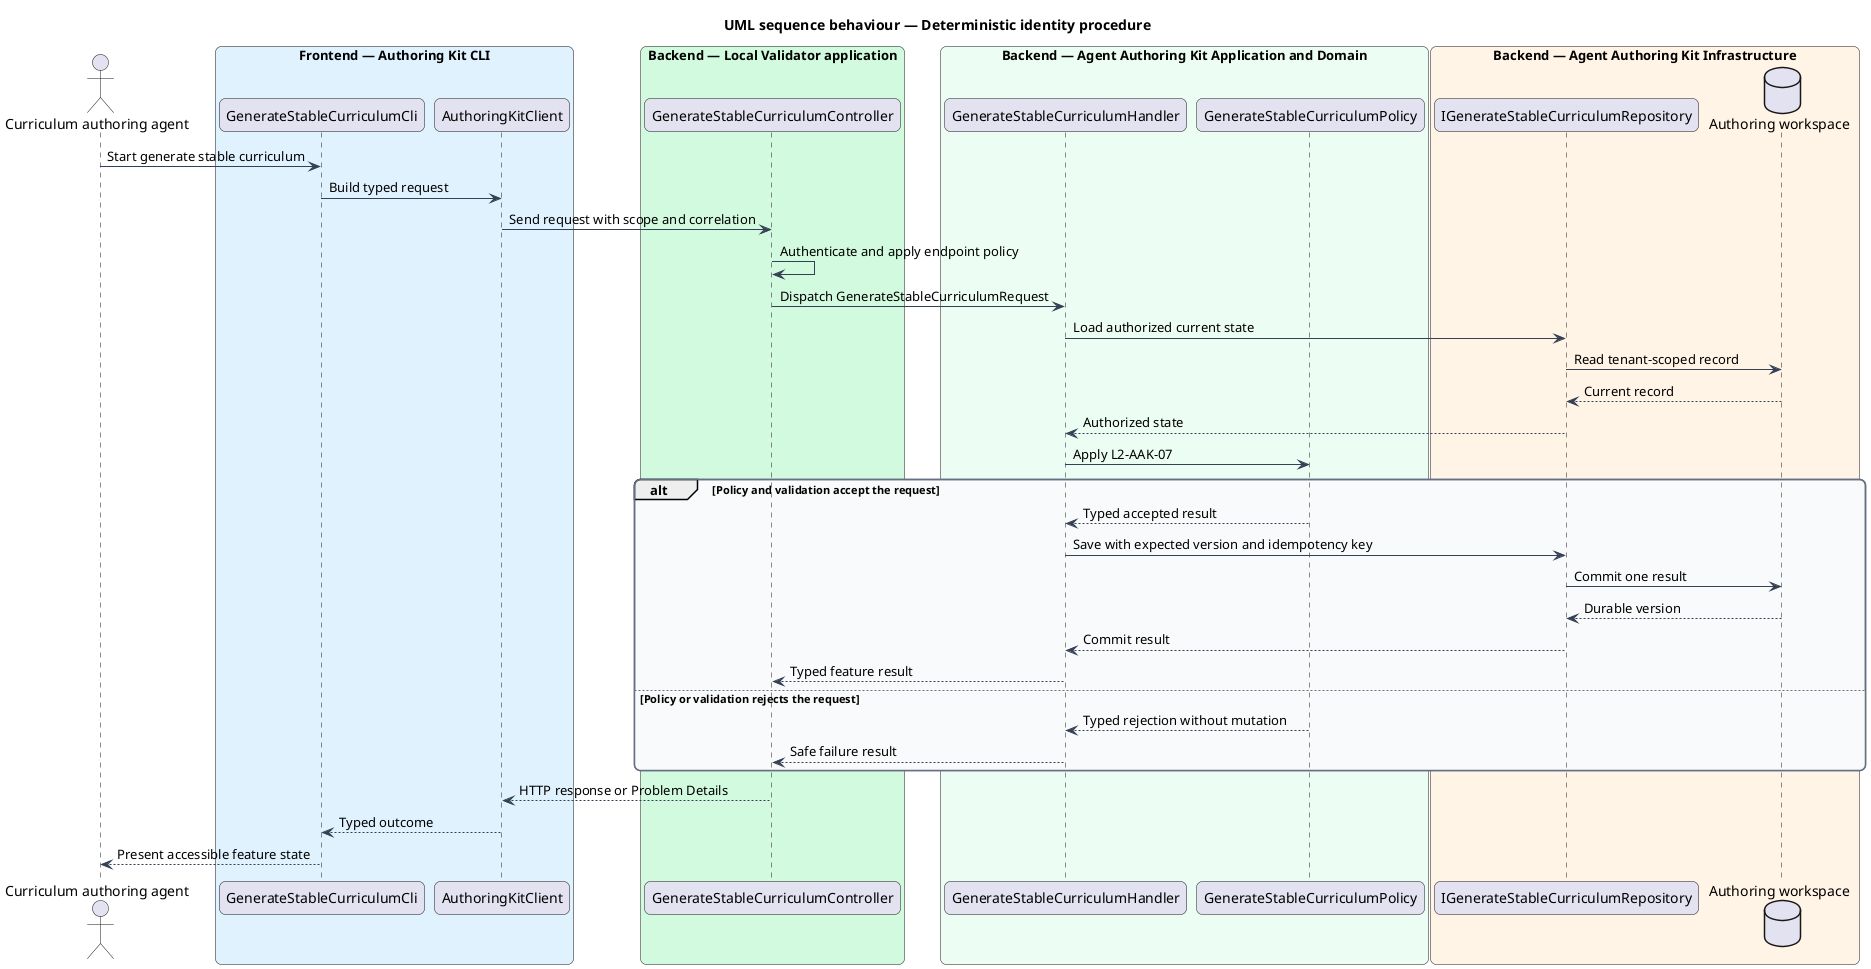
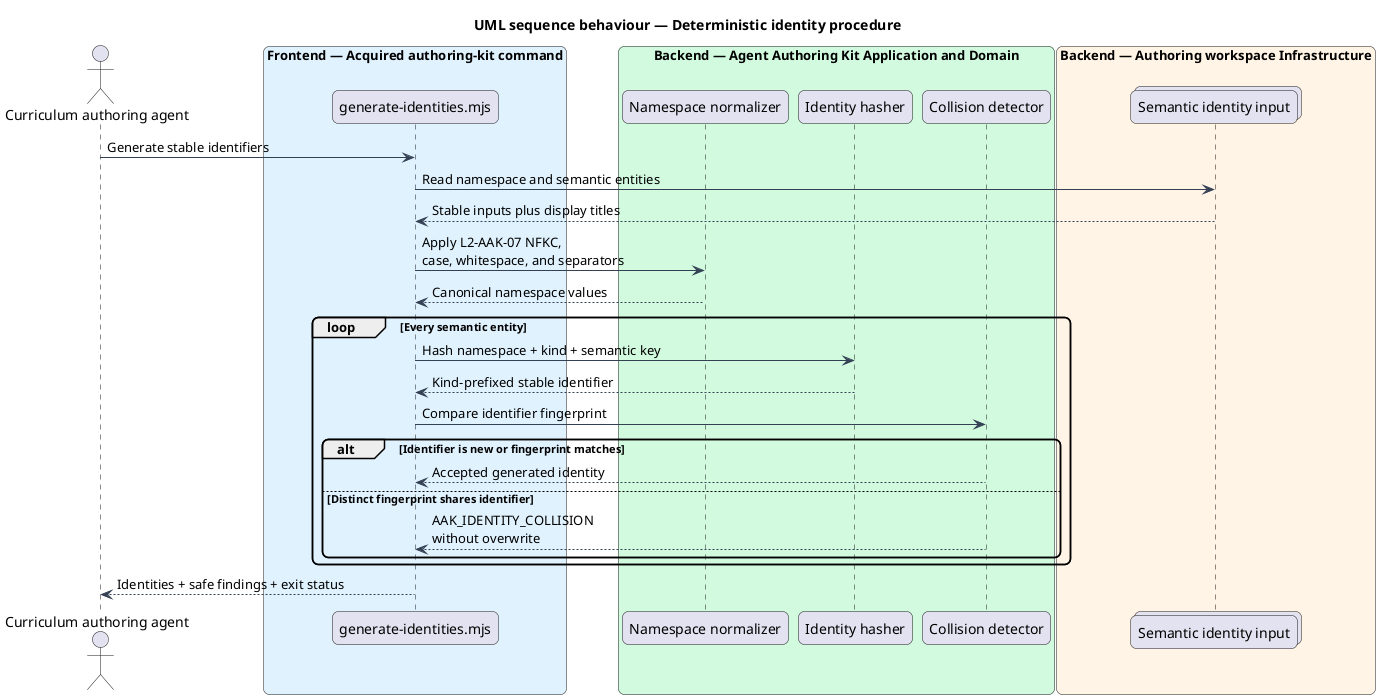
@startuml
title UML sequence behaviour — Deterministic identity procedure
skinparam backgroundColor #FFFFFF
skinparam shadowing false
skinparam roundcorner 12
skinparam defaultFontName Arial
skinparam ArrowColor #344054
skinparam rectangle {
  BorderColor #344054
  FontColor #101828
}
- skinparam package {
-   BorderColor #667085
-   FontColor #101828
-   BackgroundColor #F9FAFB
- }
- actor "Curriculum authoring agent" as actor
- box "Frontend — Authoring Kit CLI" #E0F2FE
-   participant "GenerateStableCurriculumCli" as entry
-   participant "AuthoringKitClient" as client
+ actor "Curriculum authoring agent" as agent
+ box "Frontend — Acquired authoring-kit command" #E0F2FE
+   participant "generate-identities.mjs" as command
end box
- box "Backend — Local Validator application" #D1FADF
-   participant "GenerateStableCurriculumController" as controller
+ box "Backend — Agent Authoring Kit Application and Domain" #D1FADF
+   participant "Namespace normalizer" as normalizer
+   participant "Identity hasher" as hasher
+   participant "Collision detector" as collision
end box
- box "Backend — Agent Authoring Kit Application and Domain" #ECFDF3
-   participant "GenerateStableCurriculumHandler" as handler
-   participant "GenerateStableCurriculumPolicy" as policy
+ box "Backend — Authoring workspace Infrastructure" #FFF4E5
+   collections "Semantic identity input" as input
end box
- box "Backend — Agent Authoring Kit Infrastructure" #FFF4E5
-   participant "IGenerateStableCurriculumRepository" as repository
-   database "Authoring workspace" as store
- end box
- actor -> entry : Start generate stable curriculum
- entry -> client : Build typed request
- client -> controller : Send request with scope and correlation
- controller -> controller : Authenticate and apply endpoint policy
- controller -> handler : Dispatch GenerateStableCurriculumRequest
- handler -> repository : Load authorized current state
- repository -> store : Read tenant-scoped record
- store --> repository : Current record
- repository --> handler : Authorized state
- handler -> policy : Apply L2-AAK-07
- alt Policy and validation accept the request
-   policy --> handler : Typed accepted result
-   handler -> repository : Save with expected version and idempotency key
-   repository -> store : Commit one result
-   store --> repository : Durable version
-   repository --> handler : Commit result
-   handler --> controller : Typed feature result
- else Policy or validation rejects the request
-   policy --> handler : Typed rejection without mutation
-   handler --> controller : Safe failure result
+ 
+ agent -> command : Generate stable identifiers
+ command -> input : Read namespace and semantic entities
+ input --> command : Stable inputs plus display titles
+ command -> normalizer : Apply L2-AAK-07 NFKC,\ncase, whitespace, and separators
+ normalizer --> command : Canonical namespace values
+ loop Every semantic entity
+   command -> hasher : Hash namespace + kind + semantic key
+   hasher --> command : Kind-prefixed stable identifier
+   command -> collision : Compare identifier fingerprint
+   alt Identifier is new or fingerprint matches
+     collision --> command : Accepted generated identity
+   else Distinct fingerprint shares identifier
+     collision --> command : AAK_IDENTITY_COLLISION\nwithout overwrite
+   end
end
- controller --> client : HTTP response or Problem Details
- client --> entry : Typed outcome
- entry --> actor : Present accessible feature state
+ command --> agent : Identities + safe findings + exit status
@enduml
